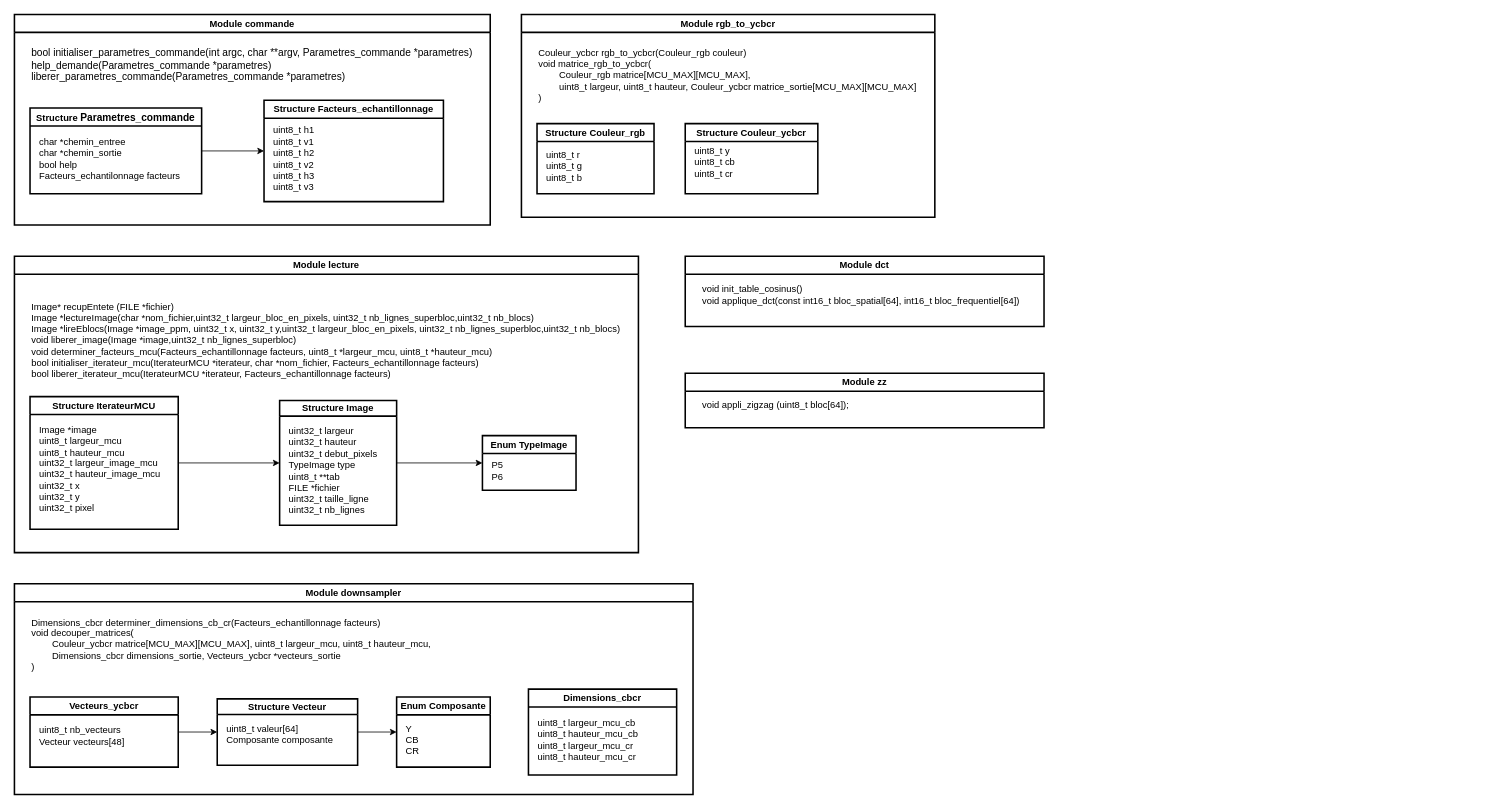
This is structures de donnees/structures.drawio from Paul-000000/ENSIMAG_Projet_logiciel, a draw.io file, before an edit. Source tidied: cells renumbered, new cells numbered last; positions are measured from the earlier drawing's top-left corner, leaving out a move shared by most shapes. Both pictures are drawn from the tidied source at 78%, with x=0, y=0 at pixel (14, 14).
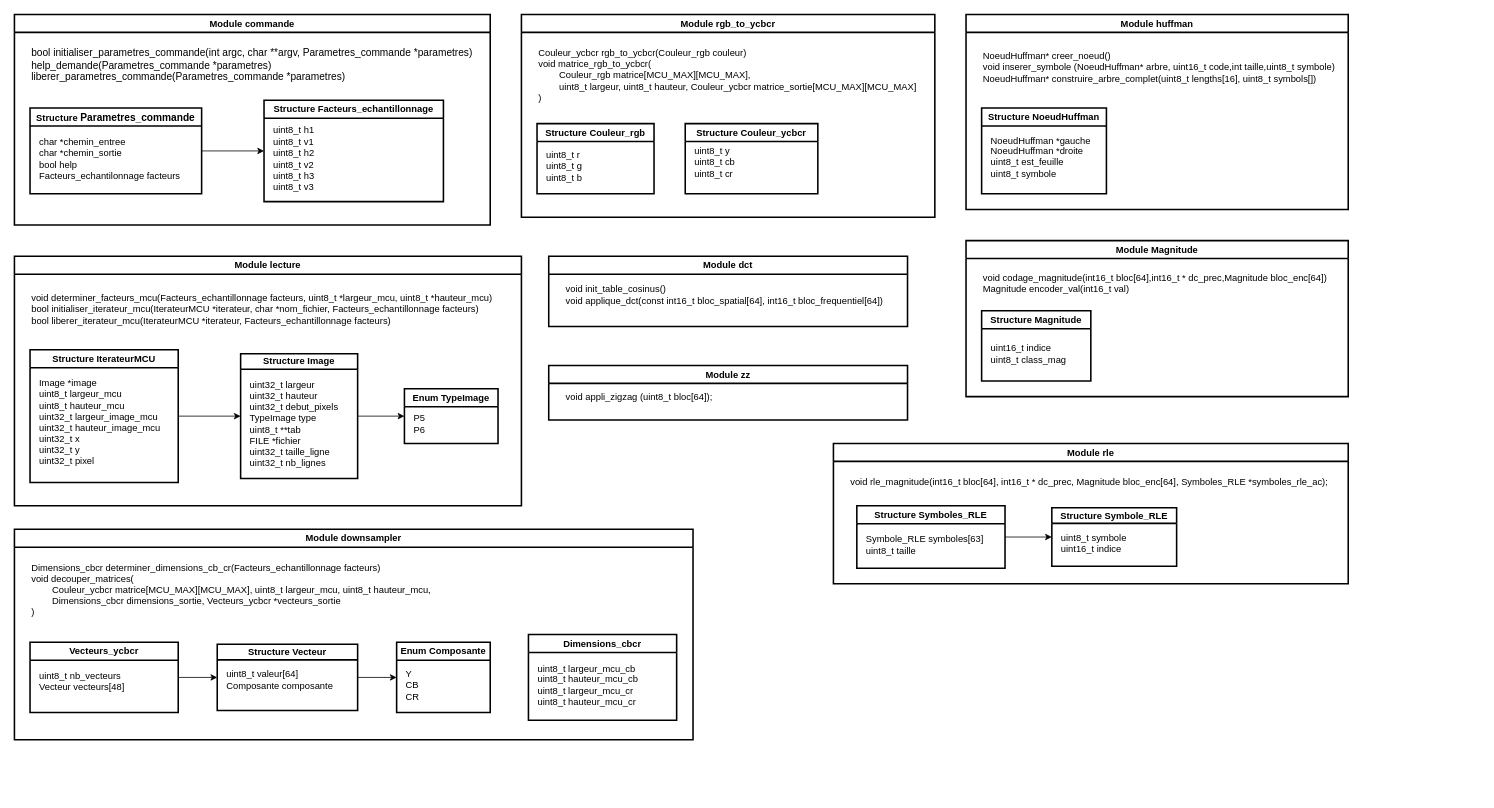
The same diagram, later.

Change to the diagram source:
```diff
@@
     <mxCell id="15" value="&lt;div&gt;Module lecture&lt;/div&gt;" style="swimlane;whiteSpace=wrap;html=1;labelBackgroundColor=none;align=center;swimlaneFillColor=default;strokeWidth=2;fillColor=default;swimlaneLine=1;glass=0;flipV=0;legacyAnchorPoints=0;flipH=0;rounded=0;" parent="1" vertex="1">
-      <mxGeometry y="310" width="800" height="380" as="geometry" />
+      <mxGeometry y="310" width="650" height="320" as="geometry" />
     </mxCell>
-    <mxCell id="16" value="&lt;div&gt;Image* recupEntete (FILE *fichier)&lt;/div&gt;&lt;div&gt;Image *lectureImage(char *nom_fichier,uint32_t largeur_bloc_en_pixels, uint32_t nb_lignes_superbloc,uint32_t nb_blocs)&lt;/div&gt;&lt;div&gt;Image *lireEblocs(Image *image_ppm, uint32_t x, uint32_t y,uint32_t largeur_bloc_en_pixels, uint32_t nb_lignes_superbloc,uint32_t nb_blocs)&lt;/div&gt;&lt;div&gt;void liberer_image(Image *image,uint32_t nb_lignes_superbloc)&lt;/div&gt;&lt;div&gt;void determiner_facteurs_mcu(Facteurs_echantillonnage facteurs, uint8_t *largeur_mcu, uint8_t *hauteur_mcu)&lt;/div&gt;&lt;div&gt;bool initialiser_iterateur_mcu(IterateurMCU *iterateur, char *nom_fichier, Facteurs_echantillonnage facteurs)&lt;/div&gt;&lt;div&gt;bool liberer_iterateur_mcu(IterateurMCU *iterateur, Facteurs_echantillonnage facteurs)&lt;/div&gt;" style="text;html=1;whiteSpace=wrap;strokeColor=none;fillColor=none;align=left;verticalAlign=middle;rounded=0;" parent="15" vertex="1">
-      <mxGeometry x="20" y="35" width="870" height="145" as="geometry" />
+    <mxCell id="16" value="&lt;div&gt;void determiner_facteurs_mcu(Facteurs_echantillonnage facteurs, uint8_t *largeur_mcu, uint8_t *hauteur_mcu)&lt;/div&gt;&lt;div&gt;bool initialiser_iterateur_mcu(IterateurMCU *iterateur, char *nom_fichier, Facteurs_echantillonnage facteurs)&lt;/div&gt;&lt;div&gt;bool liberer_iterateur_mcu(IterateurMCU *iterateur, Facteurs_echantillonnage facteurs)&lt;/div&gt;" style="text;html=1;whiteSpace=wrap;strokeColor=none;fillColor=none;align=left;verticalAlign=middle;rounded=0;" parent="15" vertex="1">
+      <mxGeometry x="20" y="40" width="640" height="55" as="geometry" />
     </mxCell>
     <mxCell id="17" value="Structure Image" style="swimlane;whiteSpace=wrap;html=1;labelBackgroundColor=none;align=center;swimlaneFillColor=default;strokeWidth=2;fillColor=default;swimlaneLine=1;glass=0;flipV=0;legacyAnchorPoints=0;flipH=0;rounded=0;startSize=20;" parent="15" vertex="1">
-      <mxGeometry x="340" y="185" width="150" height="160" as="geometry" />
+      <mxGeometry x="290" y="125" width="150" height="160" as="geometry" />
     </mxCell>
@@
     <mxCell id="19" value="Enum TypeImage" style="swimlane;whiteSpace=wrap;html=1;labelBackgroundColor=none;align=center;swimlaneFillColor=default;strokeWidth=2;fillColor=default;swimlaneLine=1;glass=0;flipV=0;legacyAnchorPoints=0;flipH=0;rounded=0;" parent="15" vertex="1">
-      <mxGeometry x="600" y="230" width="120" height="70" as="geometry" />
+      <mxGeometry x="500" y="170" width="120" height="70" as="geometry" />
     </mxCell>
@@
     <mxCell id="22" value="&lt;div&gt;Structure IterateurMCU&lt;/div&gt;" style="swimlane;whiteSpace=wrap;html=1;labelBackgroundColor=none;align=center;swimlaneFillColor=default;strokeWidth=2;fillColor=default;swimlaneLine=1;glass=0;flipV=0;legacyAnchorPoints=0;flipH=0;rounded=0;" parent="15" vertex="1">
-      <mxGeometry x="20" y="180" width="190" height="170" as="geometry" />
+      <mxGeometry x="20" y="120" width="190" height="170" as="geometry" />
     </mxCell>
@@
     <mxCell id="25" value="&lt;div&gt;Module dct&lt;/div&gt;" style="swimlane;whiteSpace=wrap;html=1;labelBackgroundColor=none;align=center;swimlaneFillColor=default;strokeWidth=2;fillColor=default;swimlaneLine=1;glass=0;flipV=0;legacyAnchorPoints=0;flipH=0;rounded=0;" parent="1" vertex="1">
-      <mxGeometry x="860" y="310" width="460" height="90" as="geometry" />
+      <mxGeometry x="685" y="310" width="460" height="90" as="geometry" />
     </mxCell>
@@
     <mxCell id="27" value="&lt;div&gt;Module zz&lt;/div&gt;" style="swimlane;whiteSpace=wrap;html=1;labelBackgroundColor=none;align=center;swimlaneFillColor=default;strokeWidth=2;fillColor=default;swimlaneLine=1;glass=0;flipV=0;legacyAnchorPoints=0;flipH=0;rounded=0;" parent="1" vertex="1">
-      <mxGeometry x="860" y="460" width="460" height="70" as="geometry" />
+      <mxGeometry x="685" y="450" width="460" height="70" as="geometry" />
     </mxCell>
@@
     <mxCell id="29" value="&lt;div&gt;Module downsampler&lt;/div&gt;" style="swimlane;whiteSpace=wrap;html=1;labelBackgroundColor=none;align=center;swimlaneFillColor=default;strokeWidth=2;fillColor=default;swimlaneLine=1;glass=0;flipV=0;legacyAnchorPoints=0;flipH=0;rounded=0;" parent="1" vertex="1">
-      <mxGeometry y="730" width="870" height="270" as="geometry" />
+      <mxGeometry y="660" width="870" height="270" as="geometry" />
     </mxCell>
@@
+    <mxCell id="41" value="&lt;div&gt;Module huffman&lt;/div&gt;" style="swimlane;whiteSpace=wrap;html=1;labelBackgroundColor=none;align=center;swimlaneFillColor=default;strokeWidth=2;fillColor=default;swimlaneLine=1;glass=0;flipV=0;legacyAnchorPoints=0;flipH=0;rounded=0;" parent="1" vertex="1">
+      <mxGeometry x="1220" width="490" height="250" as="geometry" />
+    </mxCell>
+    <mxCell id="42" value="&lt;div&gt;NoeudHuffman* creer_noeud()&lt;/div&gt;&lt;div&gt;void inserer_symbole (NoeudHuffman* arbre, uint16_t code,int taille,uint8_t symbole)&lt;/div&gt;&lt;div&gt;NoeudHuffman* construire_arbre_complet(uint8_t lengths[16], uint8_t symbols[])&lt;/div&gt;" style="text;html=1;whiteSpace=wrap;strokeColor=none;fillColor=none;align=left;verticalAlign=middle;rounded=0;" parent="41" vertex="1">
+      <mxGeometry x="20" y="40" width="460" height="55" as="geometry" />
+    </mxCell>
+    <mxCell id="43" value="&lt;div&gt;Structure&amp;nbsp;NoeudHuffman&lt;/div&gt;" style="swimlane;whiteSpace=wrap;html=1;labelBackgroundColor=none;align=center;swimlaneFillColor=default;strokeWidth=2;fillColor=default;swimlaneLine=1;glass=0;flipV=0;legacyAnchorPoints=0;flipH=0;rounded=0;" parent="41" vertex="1">
+      <mxGeometry x="20" y="120" width="160" height="110" as="geometry" />
+    </mxCell>
+    <mxCell id="44" value="&lt;div&gt;NoeudHuffman *gauche&lt;/div&gt;&lt;div&gt;NoeudHuffman *droite&lt;/div&gt;&lt;div&gt;uint8_t est_feuille&lt;/div&gt;&lt;div&gt;uint8_t symbole&lt;/div&gt;&lt;div&gt;&lt;br&gt;&lt;/div&gt;" style="text;html=1;whiteSpace=wrap;strokeColor=none;fillColor=none;align=left;verticalAlign=middle;rounded=0;" parent="43" vertex="1">
+      <mxGeometry x="10" y="40" width="130" height="60" as="geometry" />
+    </mxCell>
+    <mxCell id="45" value="&lt;div&gt;Module Magnitude&lt;/div&gt;" style="swimlane;whiteSpace=wrap;html=1;labelBackgroundColor=none;align=center;swimlaneFillColor=default;strokeWidth=2;fillColor=default;swimlaneLine=1;glass=0;flipV=0;legacyAnchorPoints=0;flipH=0;rounded=0;startSize=23;" parent="1" vertex="1">
+      <mxGeometry x="1220" y="290" width="490" height="200" as="geometry" />
+    </mxCell>
+    <mxCell id="46" value="&lt;div&gt;void codage_magnitude(int16_t bloc[64],int16_t * dc_prec,Magnitude bloc_enc[64])&lt;/div&gt;&lt;div&gt;Magnitude encoder_val(int16_t val)&lt;/div&gt;" style="text;html=1;whiteSpace=wrap;strokeColor=none;fillColor=none;align=left;verticalAlign=middle;rounded=0;" parent="45" vertex="1">
+      <mxGeometry x="20" y="40" width="640" height="30" as="geometry" />
+    </mxCell>
+    <mxCell id="47" value="&lt;div&gt;Structure Magnitude&lt;/div&gt;" style="swimlane;whiteSpace=wrap;html=1;labelBackgroundColor=none;align=center;swimlaneFillColor=default;strokeWidth=2;fillColor=default;swimlaneLine=1;glass=0;flipV=0;legacyAnchorPoints=0;flipH=0;rounded=0;" parent="45" vertex="1">
+      <mxGeometry x="20" y="90" width="140" height="90" as="geometry" />
+    </mxCell>
+    <mxCell id="48" value="&lt;div&gt;uint16_t indice&lt;/div&gt;&lt;div&gt;uint8_t class_mag&lt;/div&gt;" style="text;html=1;whiteSpace=wrap;strokeColor=none;fillColor=none;align=left;verticalAlign=middle;rounded=0;" parent="47" vertex="1">
+      <mxGeometry x="10" y="40" width="160" height="30" as="geometry" />
+    </mxCell>
+    <mxCell id="49" value="&lt;div&gt;Module rle&lt;/div&gt;" style="swimlane;whiteSpace=wrap;html=1;labelBackgroundColor=none;align=center;swimlaneFillColor=default;strokeWidth=2;fillColor=default;swimlaneLine=1;glass=0;flipV=0;legacyAnchorPoints=0;flipH=0;rounded=0;" parent="1" vertex="1">
+      <mxGeometry x="1050" y="550" width="660" height="180" as="geometry" />
+    </mxCell>
+    <mxCell id="50" value="void rle_magnitude(int16_t bloc[64], int16_t * dc_prec, Magnitude bloc_enc[64], Symboles_RLE *symboles_rle_ac);" style="text;html=1;whiteSpace=wrap;strokeColor=none;fillColor=none;align=left;verticalAlign=middle;rounded=0;" parent="49" vertex="1">
+      <mxGeometry x="20" y="40" width="640" height="20" as="geometry" />
+    </mxCell>
+    <mxCell id="51" value="Structure&amp;nbsp;Symbole_RLE" style="swimlane;whiteSpace=wrap;html=1;labelBackgroundColor=none;align=center;swimlaneFillColor=default;strokeWidth=2;fillColor=default;swimlaneLine=1;glass=0;flipV=0;legacyAnchorPoints=0;flipH=0;rounded=0;startSize=20;" parent="49" vertex="1">
+      <mxGeometry x="280" y="82.5" width="160" height="75" as="geometry" />
+    </mxCell>
+    <mxCell id="52" value="&lt;div&gt;uint8_t symbole&amp;nbsp;&lt;/div&gt;&lt;div&gt;uint16_t indice&lt;/div&gt;" style="text;html=1;whiteSpace=wrap;strokeColor=none;fillColor=none;align=left;verticalAlign=middle;rounded=0;" parent="51" vertex="1">
+      <mxGeometry x="10" y="30" width="100" height="30" as="geometry" />
+    </mxCell>
+    <mxCell id="53" value="&lt;div&gt;Structure&amp;nbsp;Symboles_RLE&lt;/div&gt;" style="swimlane;whiteSpace=wrap;html=1;labelBackgroundColor=none;align=center;swimlaneFillColor=default;strokeWidth=2;fillColor=default;swimlaneLine=1;glass=0;flipV=0;legacyAnchorPoints=0;flipH=0;rounded=0;" parent="49" vertex="1">
+      <mxGeometry x="30" y="80" width="190" height="80" as="geometry" />
+    </mxCell>
+    <mxCell id="54" value="&lt;div&gt;Symbole_RLE symboles[63]&amp;nbsp;&lt;/div&gt;&lt;div&gt;uint8_t taille&lt;/div&gt;" style="text;html=1;whiteSpace=wrap;strokeColor=none;fillColor=none;align=left;verticalAlign=middle;rounded=0;" parent="53" vertex="1">
+      <mxGeometry x="10" y="35" width="170" height="30" as="geometry" />
+    </mxCell>
+    <mxCell id="55" style="endArrow=classic;html=1;rounded=0;entryX=0;entryY=0.5;entryDx=0;entryDy=0;exitX=1;exitY=0.5;exitDx=0;exitDy=0;" parent="49" edge="1" source="53" target="51">
+      <mxGeometry relative="1" as="geometry" />
+    </mxCell>
```
